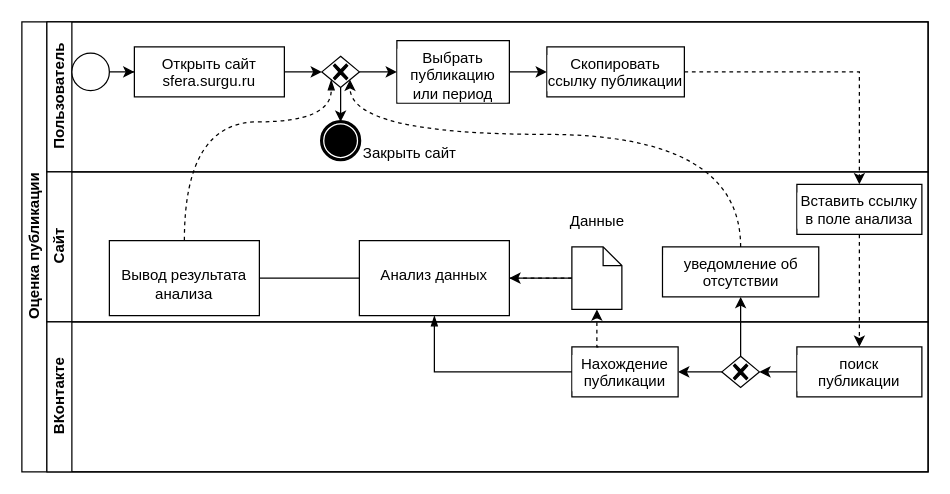
Before: bpmn.drawio in l-voff/metods_rep, a draw.io diagram. Source tidied: cells renumbered, new cells numbered last; positions are measured from the earlier drawing's top-left corner, leaving out a move shared by most shapes. Both pictures are drawn from the tidied source at 125%, with x=0, y=0 at pixel (21, 21).
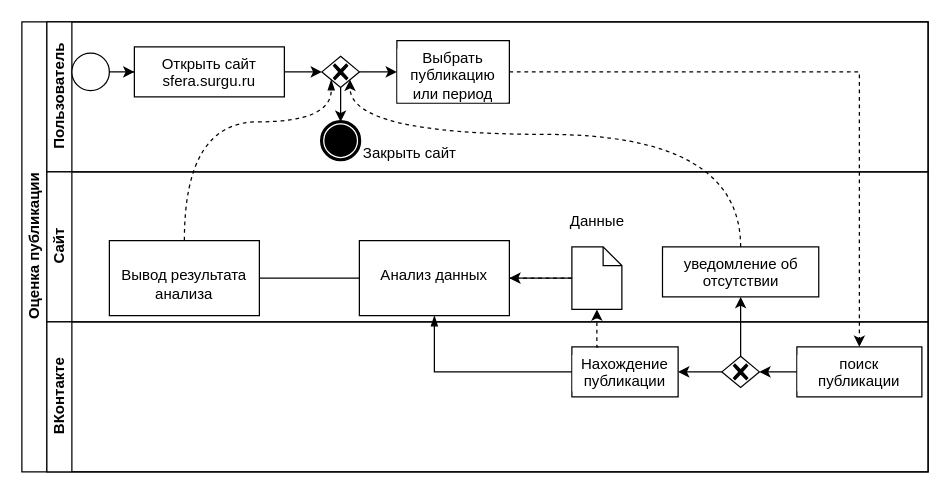
Above is the later version.

The change refers to these unchanged cells:
```xml
<mxCell id="2" value="Оценка публикации" style="swimlane;horizontal=0;startSize=20;html=1;" parent="1" vertex="1">
  <mxGeometry width="725" height="360" as="geometry" />
</mxCell>
<mxCell id="3" value="Пользователь" style="swimlane;startSize=20;horizontal=0;html=1;" parent="2" vertex="1">
  <mxGeometry x="20" width="705" height="120" as="geometry" />
</mxCell>
<mxCell id="9" value="Выбрать публикацию или период" style="whiteSpace=wrap;html=1;verticalAlign=top;labelBackgroundColor=#ffffff;" parent="3" vertex="1">
  <mxGeometry x="280" y="15" width="90" height="50" as="geometry" />
</mxCell>
<mxCell id="16" value="Сайт" style="swimlane;startSize=20;horizontal=0;html=1;" parent="2" vertex="1">
  <mxGeometry x="20" y="120" width="705" height="120" as="geometry" />
</mxCell>
<mxCell id="28" value="поиск публикации" style="whiteSpace=wrap;html=1;verticalAlign=top;labelBackgroundColor=#ffffff;" parent="26" vertex="1">
  <mxGeometry x="600" y="20" width="100" height="40" as="geometry" />
</mxCell>
```

Change to the diagram source:
```diff
@@
-    <mxCell id="8" style="edgeStyle=orthogonalEdgeStyle;rounded=0;jettySize=auto;html=1;" parent="3" edge="1" source="9" target="14">
-      <mxGeometry relative="1" as="geometry" />
-    </mxCell>
@@
-    <mxCell id="14" value="Скопировать ссылку публикации" style="whiteSpace=wrap;html=1;verticalAlign=top;labelBackgroundColor=#ffffff;" parent="3" vertex="1">
-      <mxGeometry x="400" y="20" width="110" height="40" as="geometry" />
-    </mxCell>
@@
-    <mxCell id="17" value="Вставить ссылку в поле анализа" style="whiteSpace=wrap;html=1;verticalAlign=top;labelBackgroundColor=#ffffff;" parent="16" vertex="1">
-      <mxGeometry x="600" y="10" width="100" height="40" as="geometry" />
-    </mxCell>
@@
-    <mxCell id="32" style="edgeStyle=orthogonalEdgeStyle;rounded=0;jettySize=auto;html=1;dashed=1;" parent="2" edge="1" source="14" target="17">
+    <mxCell id="32" style="edgeStyle=orthogonalEdgeStyle;rounded=0;jettySize=auto;html=1;dashed=1;exitX=1;exitY=0.5;exitDx=0;exitDy=0;entryX=0.5;entryY=0;entryDx=0;entryDy=0;" parent="2" edge="1" source="9" target="28">
       <mxGeometry relative="1" as="geometry" />
     </mxCell>
-    <mxCell id="33" style="edgeStyle=orthogonalEdgeStyle;rounded=0;jettySize=auto;html=1;exitX=0.5;exitY=1;exitDx=0;exitDy=0;entryX=0.5;entryY=0;entryDx=0;entryDy=0;dashed=1;" parent="2" edge="1" source="17" target="28">
-      <mxGeometry relative="1" as="geometry" />
-    </mxCell>
```
